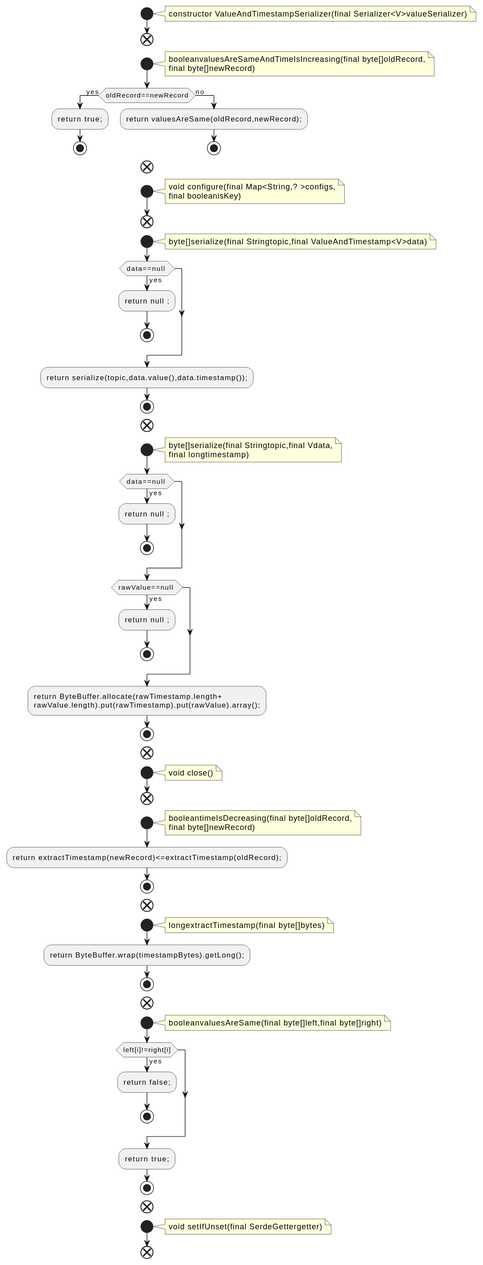
This is docs/qc/streams/src/main/java/org/apache/kafka/streams/state/internals/ValueAndTimestampSerializer.java.fct.svg from qualitesys/kafka, a PlantUML export, as it was before one commit.
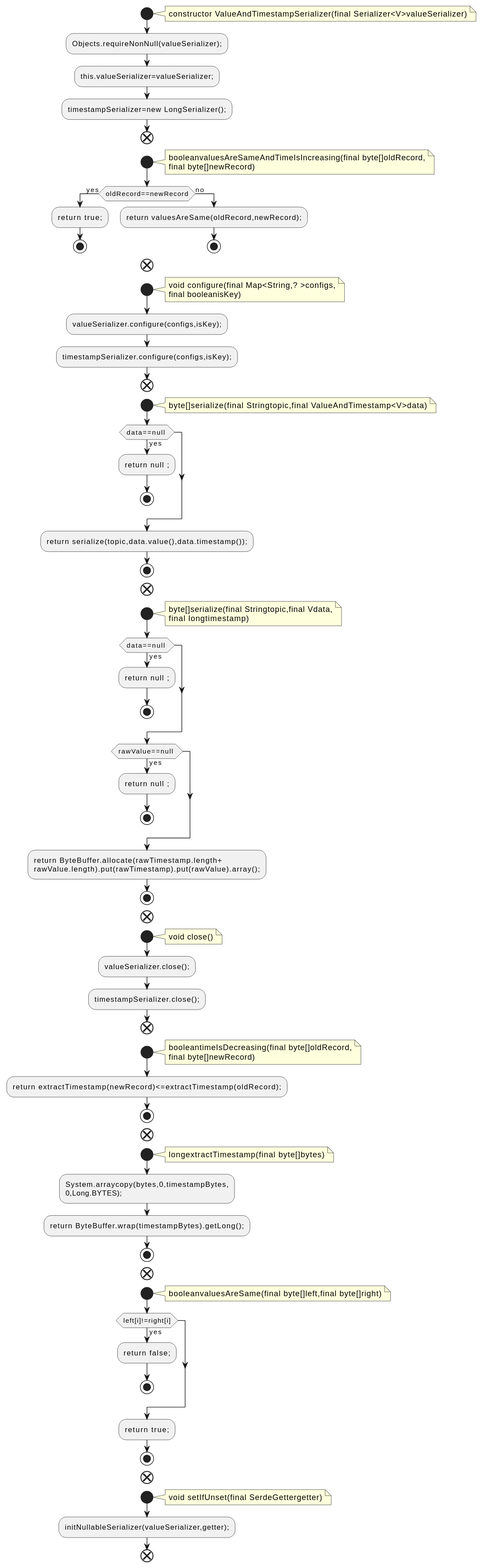
Above is the later version.

What changed in the source:
```diff
@@ -4,6 +4,9 @@
 note right
 constructor ValueAndTimestampSerializer(final Serializer<V>valueSerializer)
 end note
+:Objects.requireNonNull(valueSerializer);;
+:this.valueSerializer=valueSerializer;;
+:timestampSerializer=new LongSerializer();;
 end
 start
 note right
@@ -23,6 +26,8 @@
 void configure(final Map<String,? >configs,
 final booleanisKey)
 end note
+:valueSerializer.configure(configs,isKey);;
+:timestampSerializer.configure(configs,isKey);;
 end
 start
 note right
@@ -56,6 +61,8 @@
 note right
 void close()
 end note
+:valueSerializer.close();;
+:timestampSerializer.close();;
 end
 start
 note right
@@ -69,6 +76,8 @@
 note right
 longextractTimestamp(final byte[]bytes)
 end note
+:System.arraycopy(bytes,0,timestampBytes,
+0,Long.BYTES);;
 :return ByteBuffer.wrap(timestampBytes).getLong();;
 stop
 end
@@ -87,5 +96,6 @@
 note right
 void setIfUnset(final SerdeGettergetter)
 end note
+:initNullableSerializer(valueSerializer,getter);;
 end
 @enduml
```
